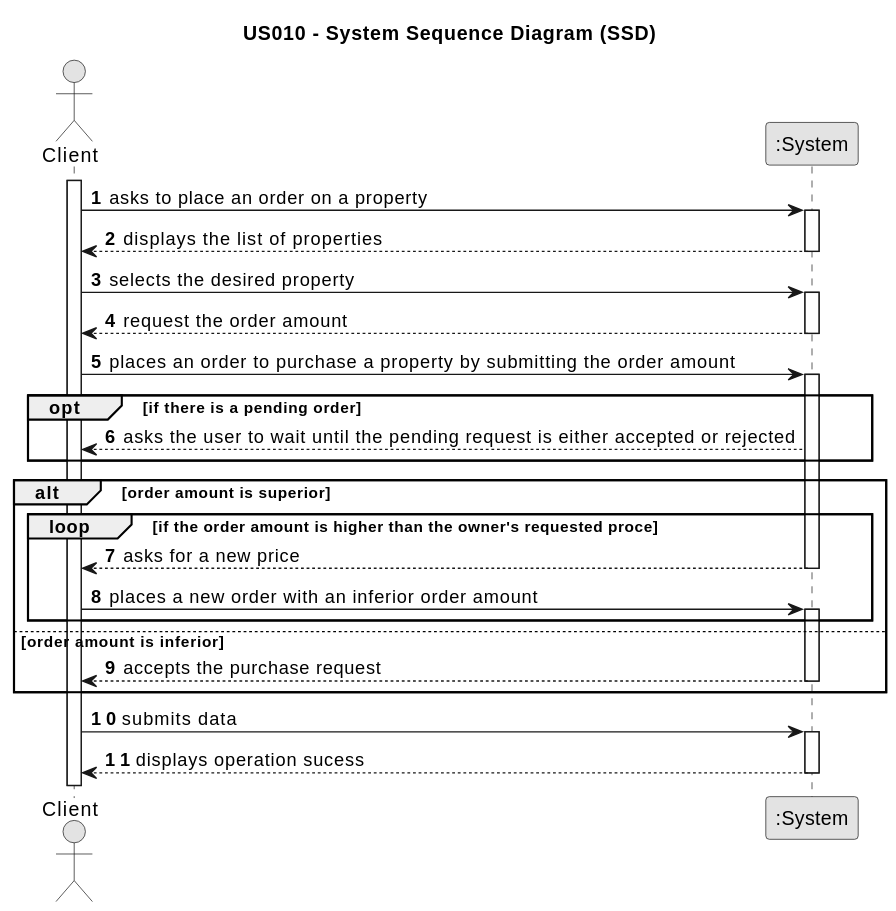
Before: docs/sprintC/US10/01.requirements-engineering/svg/us010-system-sequence-diagram.svg, a diagram exported from PlantUML (PureNimble/ISEP-LAPR2). Its diagram source:
```plantuml
@startuml
skinparam monochrome true
skinparam packageStyle rectangle
skinparam shadowing false

title US010 - System Sequence Diagram (SSD)

autonumber

actor "Client" as Client
participant ":System" as System

activate Client

Client -> System : asks to place an order on a property
activate System

System --> Client : displays the list of properties
deactivate System

Client -> System : selects the desired property
activate System

System --> Client : request the order amount
deactivate System

Client -> System : places an order to purchase a property by submitting the order amount
activate System

    opt if there is a pending order

        System --> Client : asks the user to wait until the pending request is either accepted or rejected

    end

    alt order amount is superior

        loop if the order amount is higher than the owner's requested proce

            System --> Client : asks for a new price
            deactivate System

            Client -> System : places a new order with an inferior order amount
            activate System

        end

    else order amount is inferior

        System --> Client : accepts the purchase request
        deactivate System

    end

Client -> System : submits data
activate System

System --> Client : displays operation sucess
deactivate System
@enduml
```
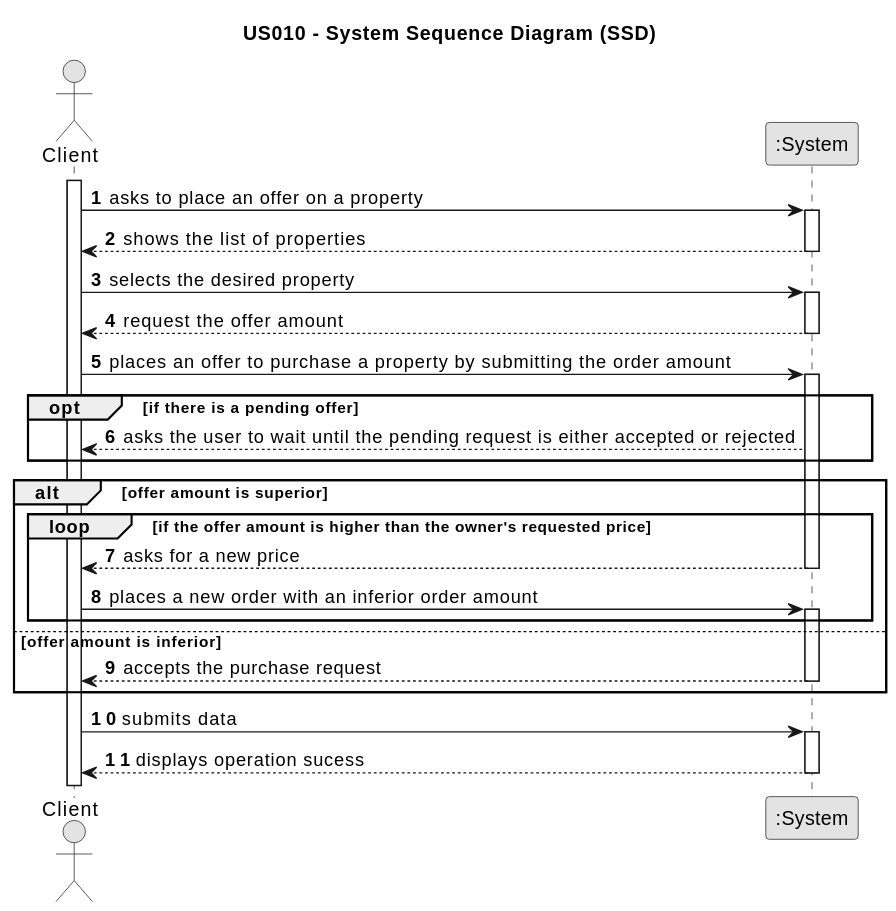
The same diagram one commit later.

The edit, as a diff of the source:
```diff
@@ -12,30 +12,30 @@
 
 activate Client
 
-Client -> System : asks to place an order on a property
+Client -> System : asks to place an offer on a property
 activate System
 
-System --> Client : displays the list of properties
+System --> Client : shows the list of properties
 deactivate System
 
 Client -> System : selects the desired property
 activate System
 
-System --> Client : request the order amount
+System --> Client : request the offer amount
 deactivate System
 
-Client -> System : places an order to purchase a property by submitting the order amount
+Client -> System : places an offer to purchase a property by submitting the order amount
 activate System
 
-    opt if there is a pending order
+    opt if there is a pending offer
 
         System --> Client : asks the user to wait until the pending request is either accepted or rejected
 
     end
 
-    alt order amount is superior
+    alt offer amount is superior
 
-        loop if the order amount is higher than the owner's requested proce
+        loop if the offer amount is higher than the owner's requested price
 
             System --> Client : asks for a new price
             deactivate System
@@ -45,7 +45,7 @@
 
         end
 
-    else order amount is inferior
+    else offer amount is inferior
 
         System --> Client : accepts the purchase request
         deactivate System
```
